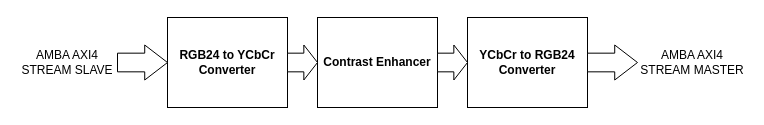
This is image_processing_homework_1.drawio from ParkDongho/image_processing, a draw.io file, before an edit. Source tidied: cells renumbered, new cells numbered last; positions are measured from the earlier drawing's top-left corner, leaving out a move shared by most shapes. Both pictures are drawn from the tidied source at 100%, with x=0, y=0 at pixel (17, 17).
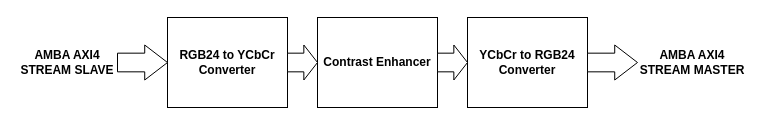
After the change.

The edit, as a diff of the source:
```diff
@@
 <mxGraphModel>
   <root>
     <mxCell id="0" />
     <mxCell id="1" parent="0" />
     <mxCell id="2" value="RGB24 to YCbCr&lt;br&gt;Converter" style="rounded=0;whiteSpace=wrap;html=1;fontStyle=1;" parent="1" vertex="1">
       <mxGeometry x="150" width="120" height="90" as="geometry" />
     </mxCell>
     <mxCell id="3" value="YCbCr to RGB24&lt;br&gt;Converter" style="rounded=0;whiteSpace=wrap;html=1;fontStyle=1;" parent="1" vertex="1">
       <mxGeometry x="450" width="120" height="90" as="geometry" />
     </mxCell>
     <mxCell id="4" value="Contrast Enhancer" style="rounded=0;whiteSpace=wrap;html=1;fontStyle=1;" parent="1" vertex="1">
       <mxGeometry x="300" width="120" height="90" as="geometry" />
     </mxCell>
     <mxCell id="5" style="shape=singleArrow;whiteSpace=wrap;html=1;arrowWidth=0.5331263950892825;arrowSize=0.4555557250976553;" parent="1" vertex="1">
       <mxGeometry x="100" y="27.5" width="50" height="35" as="geometry" />
     </mxCell>
     <mxCell id="6" style="shape=singleArrow;whiteSpace=wrap;html=1;arrowWidth=0.5331263950892825;arrowSize=0.4555557250976553;" parent="1" vertex="1">
       <mxGeometry x="570" y="27.5" width="50" height="35" as="geometry" />
     </mxCell>
     <mxCell id="7" style="shape=singleArrow;whiteSpace=wrap;html=1;arrowWidth=0.5331263950892825;arrowSize=0.4555557250976553;" parent="1" vertex="1">
       <mxGeometry x="270" y="27.5" width="30" height="35" as="geometry" />
     </mxCell>
     <mxCell id="8" style="shape=singleArrow;whiteSpace=wrap;html=1;arrowWidth=0.5331263950892825;arrowSize=0.4555557250976553;" parent="1" vertex="1">
       <mxGeometry x="420" y="27.5" width="30" height="35" as="geometry" />
     </mxCell>
-    <mxCell id="9" value="AMBA AXI4&lt;br&gt;STREAM SLAVE" style="text;html=1;strokeColor=none;fillColor=none;align=center;verticalAlign=middle;whiteSpace=wrap;rounded=0;" parent="1" vertex="1">
+    <mxCell id="9" value="AMBA AXI4&lt;br&gt;STREAM SLAVE" style="text;html=1;strokeColor=none;fillColor=none;align=center;verticalAlign=middle;whiteSpace=wrap;rounded=0;fontStyle=1;" parent="1" vertex="1">
       <mxGeometry y="30" width="100" height="30" as="geometry" />
     </mxCell>
-    <mxCell id="10" value="AMBA AXI4&lt;br&gt;STREAM MASTER" style="text;html=1;strokeColor=none;fillColor=none;align=center;verticalAlign=middle;whiteSpace=wrap;rounded=0;" parent="1" vertex="1">
+    <mxCell id="10" value="AMBA AXI4&lt;br&gt;STREAM MASTER" style="text;html=1;strokeColor=none;fillColor=none;align=center;verticalAlign=middle;whiteSpace=wrap;rounded=0;fontStyle=1;" parent="1" vertex="1">
       <mxGeometry x="620" y="30" width="110" height="30" as="geometry" />
     </mxCell>
   </root>
 </mxGraphModel>
```
